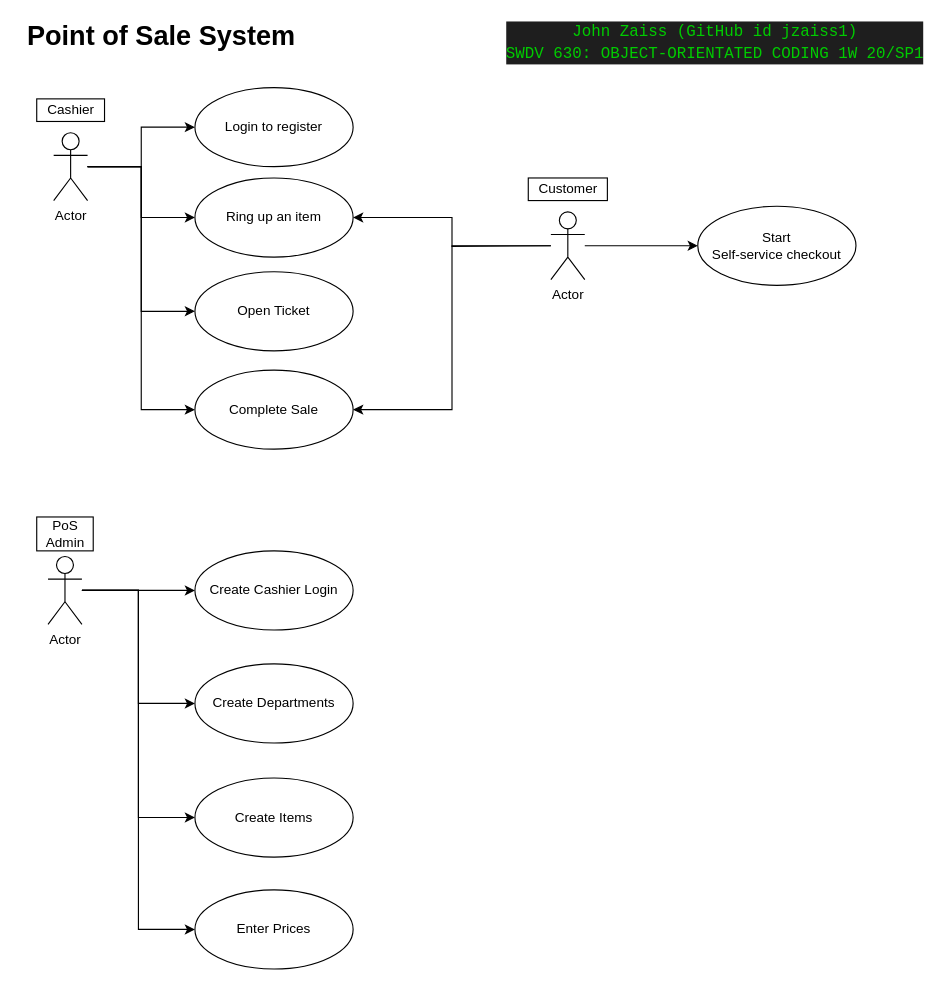
jzaiss1/swdv630-final-project keeps this draw.io diagram as docs/pos-use-case-bubble-diagram-swdv630-jzaiss1.drawio. Above is the earlier version. Source tidied: cells renumbered, new cells numbered last; positions are measured from the earlier drawing's top-left corner, leaving out a move shared by most shapes. Both pictures are drawn from the tidied source at 113%, with x=0, y=0 at pixel (19, 19).
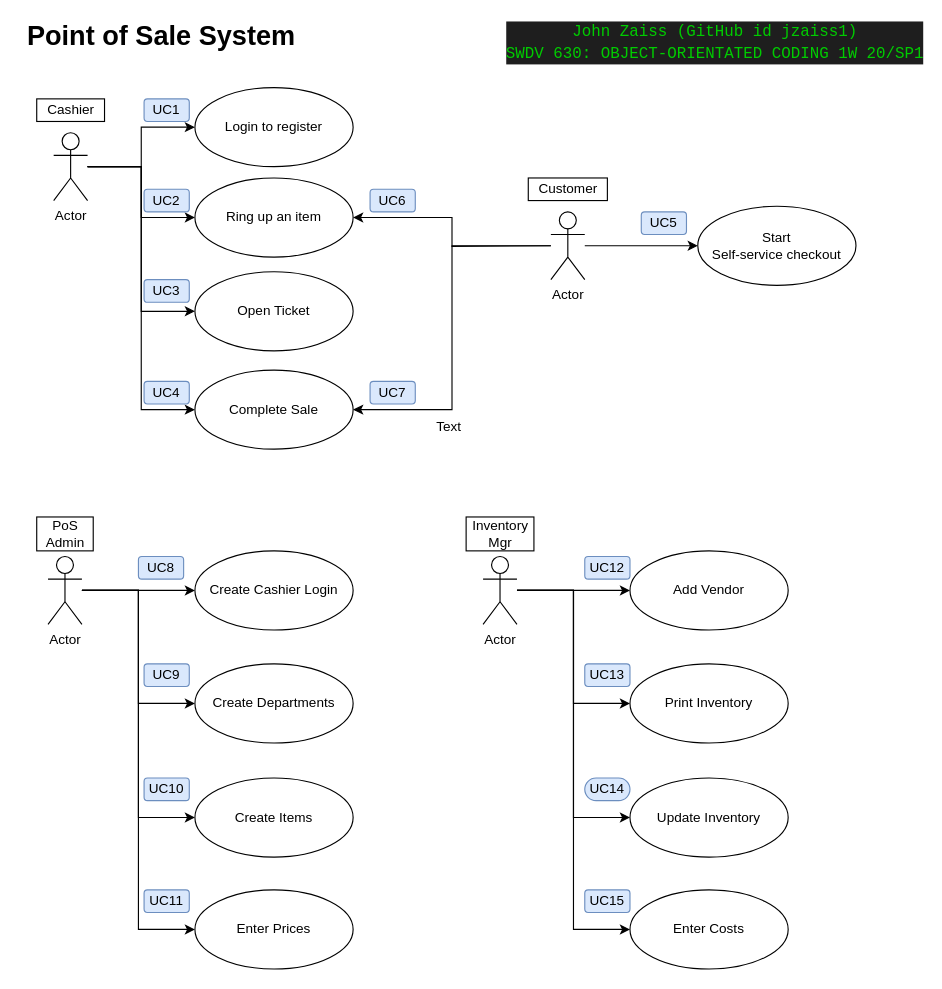
The same page after the edit.

Change to the diagram source:
```diff
@@
+    <mxCell id="30" style="edgeStyle=orthogonalEdgeStyle;rounded=0;jettySize=auto;html=1;fontSize=24;" parent="1" edge="1" source="34" target="36">
+      <mxGeometry relative="1" as="geometry" />
+    </mxCell>
+    <mxCell id="31" style="edgeStyle=orthogonalEdgeStyle;rounded=0;jettySize=auto;html=1;entryX=0;entryY=0.5;entryDx=0;entryDy=0;fontSize=12;" parent="1" edge="1" source="34" target="37">
+      <mxGeometry relative="1" as="geometry" />
+    </mxCell>
+    <mxCell id="32" style="edgeStyle=orthogonalEdgeStyle;rounded=0;jettySize=auto;html=1;entryX=0;entryY=0.5;entryDx=0;entryDy=0;fontSize=12;" parent="1" edge="1" source="34" target="38">
+      <mxGeometry relative="1" as="geometry" />
+    </mxCell>
+    <mxCell id="33" style="edgeStyle=orthogonalEdgeStyle;rounded=0;jettySize=auto;html=1;entryX=0;entryY=0.5;entryDx=0;entryDy=0;fontSize=12;" parent="1" edge="1" source="34" target="39">
+      <mxGeometry relative="1" as="geometry" />
+    </mxCell>
+    <mxCell id="34" value="Actor" style="shape=umlActor;verticalLabelPosition=bottom;labelBackgroundColor=#ffffff;verticalAlign=top;html=1;outlineConnect=0;" parent="1" vertex="1">
+      <mxGeometry x="410" y="475" width="30" height="60" as="geometry" />
+    </mxCell>
+    <mxCell id="35" value="&lt;div&gt;Inventory&lt;/div&gt;&lt;div&gt;Mgr&lt;br&gt;&lt;/div&gt;" style="text;html=1;align=center;verticalAlign=middle;strokeColor=#000000;" parent="1" vertex="1">
+      <mxGeometry x="395" y="440" width="60" height="30" as="geometry" />
+    </mxCell>
+    <mxCell id="36" value="Add Vendor" style="ellipse;whiteSpace=wrap;html=1;strokeColor=#000000;fontSize=12;" parent="1" vertex="1">
+      <mxGeometry x="540" y="470" width="140" height="70" as="geometry" />
+    </mxCell>
+    <mxCell id="37" value="Print Inventory" style="ellipse;whiteSpace=wrap;html=1;strokeColor=#000000;fontSize=12;" parent="1" vertex="1">
+      <mxGeometry x="540" y="570" width="140" height="70" as="geometry" />
+    </mxCell>
+    <mxCell id="38" value="Update Inventory" style="ellipse;whiteSpace=wrap;html=1;strokeColor=#000000;fontSize=12;" parent="1" vertex="1">
+      <mxGeometry x="540" y="671" width="140" height="70" as="geometry" />
+    </mxCell>
+    <mxCell id="39" value="Enter Costs" style="ellipse;whiteSpace=wrap;html=1;strokeColor=#000000;fontSize=12;" parent="1" vertex="1">
+      <mxGeometry x="540" y="770" width="140" height="70" as="geometry" />
+    </mxCell>
+    <mxCell id="40" value="Text" style="text;html=1;strokeColor=none;fillColor=none;align=center;verticalAlign=middle;whiteSpace=wrap;rounded=0;" parent="1" vertex="1">
+      <mxGeometry x="360" y="350" width="40" height="20" as="geometry" />
+    </mxCell>
+    <mxCell id="41" value="UC1" style="text;html=1;strokeColor=#6c8ebf;fillColor=#dae8fc;align=center;verticalAlign=middle;whiteSpace=wrap;rounded=1;" parent="1" vertex="1">
+      <mxGeometry x="110" y="70" width="40" height="20" as="geometry" />
+    </mxCell>
+    <mxCell id="42" value="UC15" style="text;html=1;strokeColor=#6c8ebf;fillColor=#dae8fc;align=center;verticalAlign=middle;whiteSpace=wrap;rounded=1;" parent="1" vertex="1">
+      <mxGeometry x="500" y="770" width="40" height="20" as="geometry" />
+    </mxCell>
+    <mxCell id="43" value="UC12" style="text;html=1;strokeColor=#6c8ebf;fillColor=#dae8fc;align=center;verticalAlign=middle;whiteSpace=wrap;rounded=1;" parent="1" vertex="1">
+      <mxGeometry x="500" y="475" width="40" height="20" as="geometry" />
+    </mxCell>
+    <mxCell id="44" value="UC5" style="text;html=1;strokeColor=#6c8ebf;fillColor=#dae8fc;align=center;verticalAlign=middle;whiteSpace=wrap;rounded=1;" parent="1" vertex="1">
+      <mxGeometry x="550" y="170" width="40" height="20" as="geometry" />
+    </mxCell>
+    <mxCell id="45" value="UC11" style="text;html=1;strokeColor=#6c8ebf;fillColor=#dae8fc;align=center;verticalAlign=middle;whiteSpace=wrap;rounded=1;" parent="1" vertex="1">
+      <mxGeometry x="110" y="770" width="40" height="20" as="geometry" />
+    </mxCell>
+    <mxCell id="46" value="UC10" style="text;html=1;strokeColor=#6c8ebf;fillColor=#dae8fc;align=center;verticalAlign=middle;whiteSpace=wrap;rounded=1;" parent="1" vertex="1">
+      <mxGeometry x="110" y="671" width="40" height="20" as="geometry" />
+    </mxCell>
+    <mxCell id="47" value="UC9" style="text;html=1;strokeColor=#6c8ebf;fillColor=#dae8fc;align=center;verticalAlign=middle;whiteSpace=wrap;rounded=1;" parent="1" vertex="1">
+      <mxGeometry x="110" y="570" width="40" height="20" as="geometry" />
+    </mxCell>
+    <mxCell id="48" value="UC8" style="text;html=1;strokeColor=#6c8ebf;fillColor=#dae8fc;align=center;verticalAlign=middle;whiteSpace=wrap;rounded=1;" parent="1" vertex="1">
+      <mxGeometry x="105" y="475" width="40" height="20" as="geometry" />
+    </mxCell>
+    <mxCell id="49" value="UC4" style="text;html=1;strokeColor=#6c8ebf;fillColor=#dae8fc;align=center;verticalAlign=middle;whiteSpace=wrap;rounded=1;" parent="1" vertex="1">
+      <mxGeometry x="110" y="320" width="40" height="20" as="geometry" />
+    </mxCell>
+    <mxCell id="50" value="UC3" style="text;html=1;strokeColor=#6c8ebf;fillColor=#dae8fc;align=center;verticalAlign=middle;whiteSpace=wrap;rounded=1;" parent="1" vertex="1">
+      <mxGeometry x="110" y="230" width="40" height="20" as="geometry" />
+    </mxCell>
+    <mxCell id="51" value="&lt;div&gt;UC2&lt;/div&gt;" style="text;html=1;strokeColor=#6c8ebf;fillColor=#dae8fc;align=center;verticalAlign=middle;whiteSpace=wrap;rounded=1;" parent="1" vertex="1">
+      <mxGeometry x="110" y="150" width="40" height="20" as="geometry" />
+    </mxCell>
+    <mxCell id="52" value="UC14" style="text;html=1;strokeColor=#6c8ebf;fillColor=#dae8fc;align=center;verticalAlign=middle;whiteSpace=wrap;rounded=1;arcSize=50;" parent="1" vertex="1">
+      <mxGeometry x="500" y="671" width="40" height="20" as="geometry" />
+    </mxCell>
+    <mxCell id="53" value="UC13" style="text;html=1;strokeColor=#6c8ebf;fillColor=#dae8fc;align=center;verticalAlign=middle;whiteSpace=wrap;rounded=1;" parent="1" vertex="1">
+      <mxGeometry x="500" y="570" width="40" height="20" as="geometry" />
+    </mxCell>
+    <mxCell id="54" value="UC7" style="text;html=1;strokeColor=#6c8ebf;fillColor=#dae8fc;align=center;verticalAlign=middle;whiteSpace=wrap;rounded=1;" parent="1" vertex="1">
+      <mxGeometry x="310" y="320" width="40" height="20" as="geometry" />
+    </mxCell>
+    <mxCell id="55" value="UC6" style="text;html=1;strokeColor=#6c8ebf;fillColor=#dae8fc;align=center;verticalAlign=middle;whiteSpace=wrap;rounded=1;" parent="1" vertex="1">
+      <mxGeometry x="310" y="150" width="40" height="20" as="geometry" />
+    </mxCell>
```
